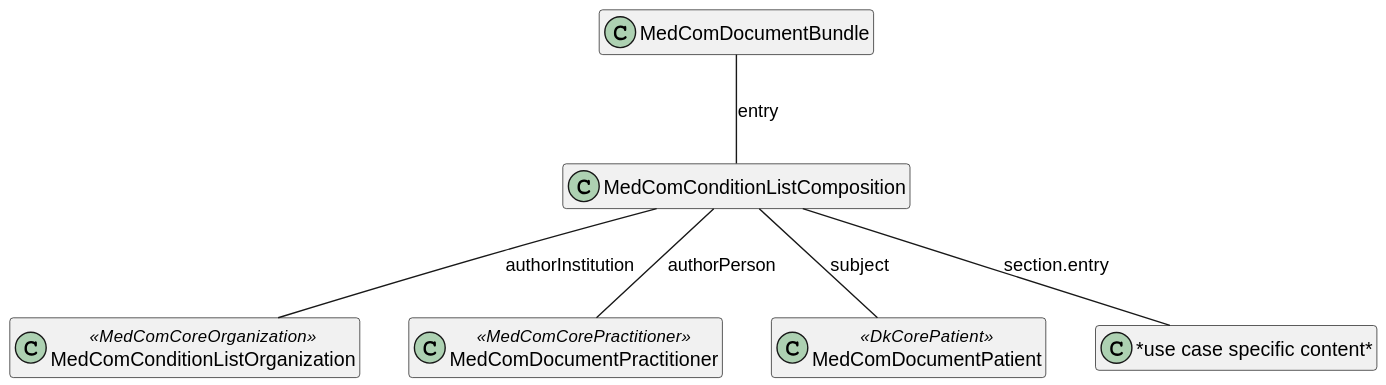
Earlier version of the PlantUML export input/images/DocumentModel.svg (medcomdk/dk-medcom-document).
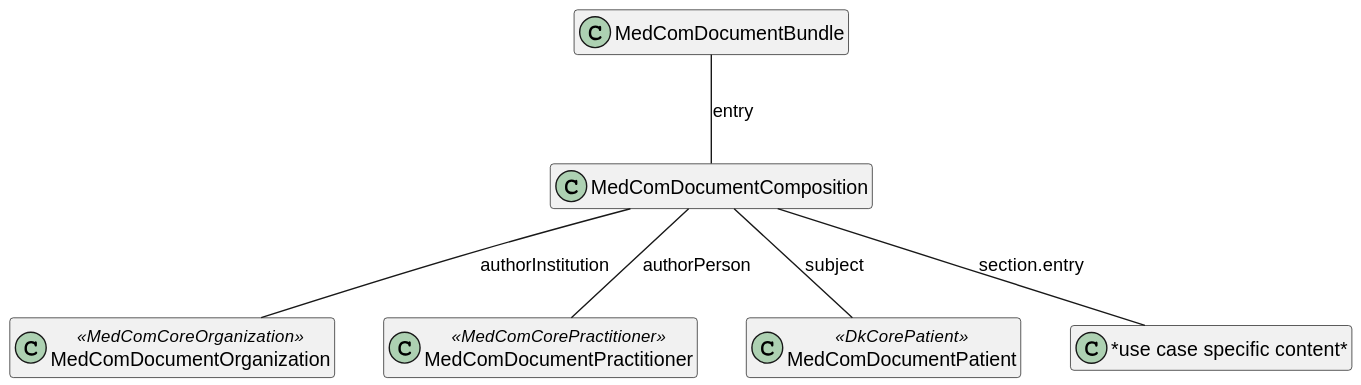
Above is the later version.

The edit, as a diff of the source:
```diff
@@ -2,8 +2,8 @@
 hide empty members
 
 class "MedComDocumentBundle" as document
-class "MedComConditionListComposition" as composition
-class "MedComConditionListOrganization" as organization <<MedComCoreOrganization>>
+class "MedComDocumentComposition" as composition
+class "MedComDocumentOrganization" as organization <<MedComCoreOrganization>>
 class "MedComDocumentPractitioner" as practitioner <<MedComCorePractitioner>>
 class "MedComDocumentPatient" as patient <<DkCorePatient>>
 class "*use case specific content*" as clinical
```
